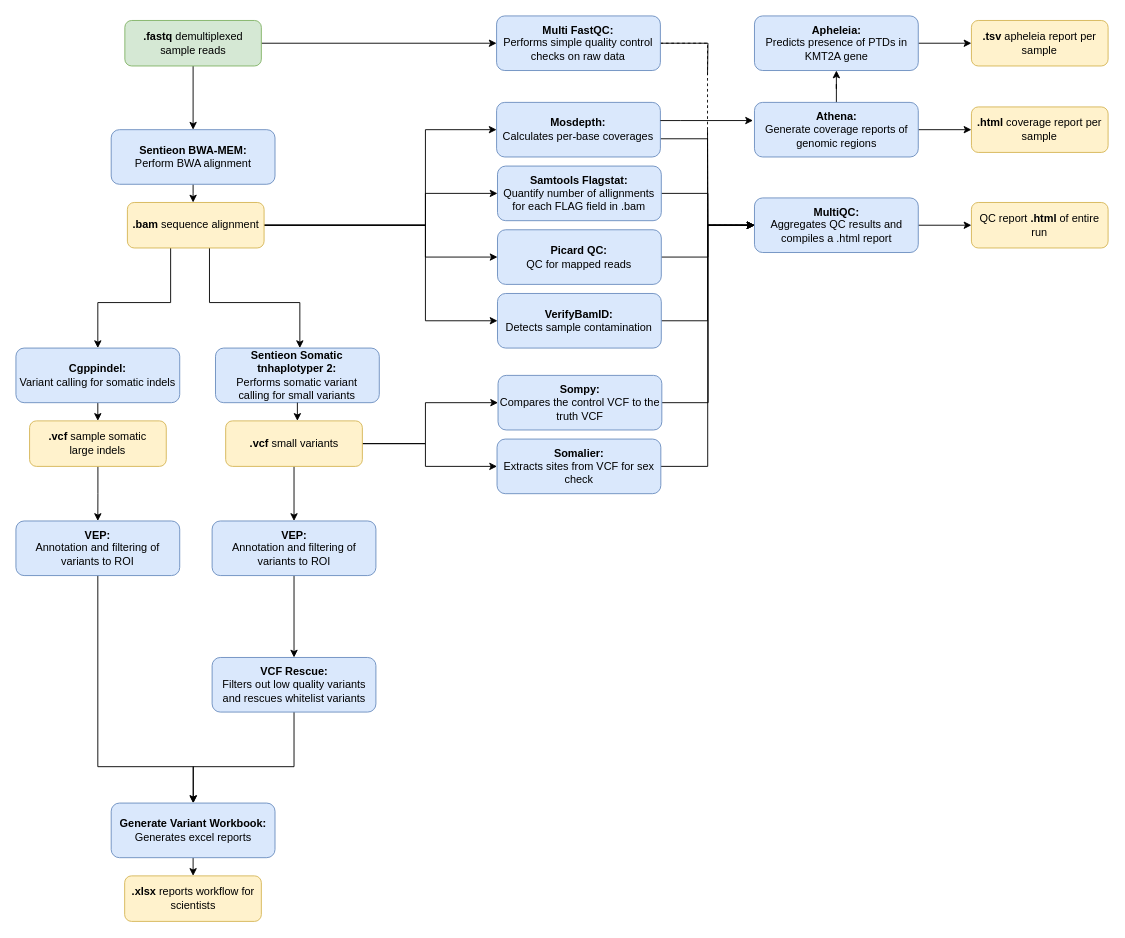
The draw.io diagram images/full_uranus_practical.drawio in eastgenomics/eggd_uranus_main_workflow, before the edit. Source tidied: cells renumbered, new cells numbered last; positions are measured from the earlier drawing's top-left corner, leaving out a move shared by most shapes. Both pictures are drawn from the tidied source at 91%, with x=0, y=0 at pixel (15, 15).
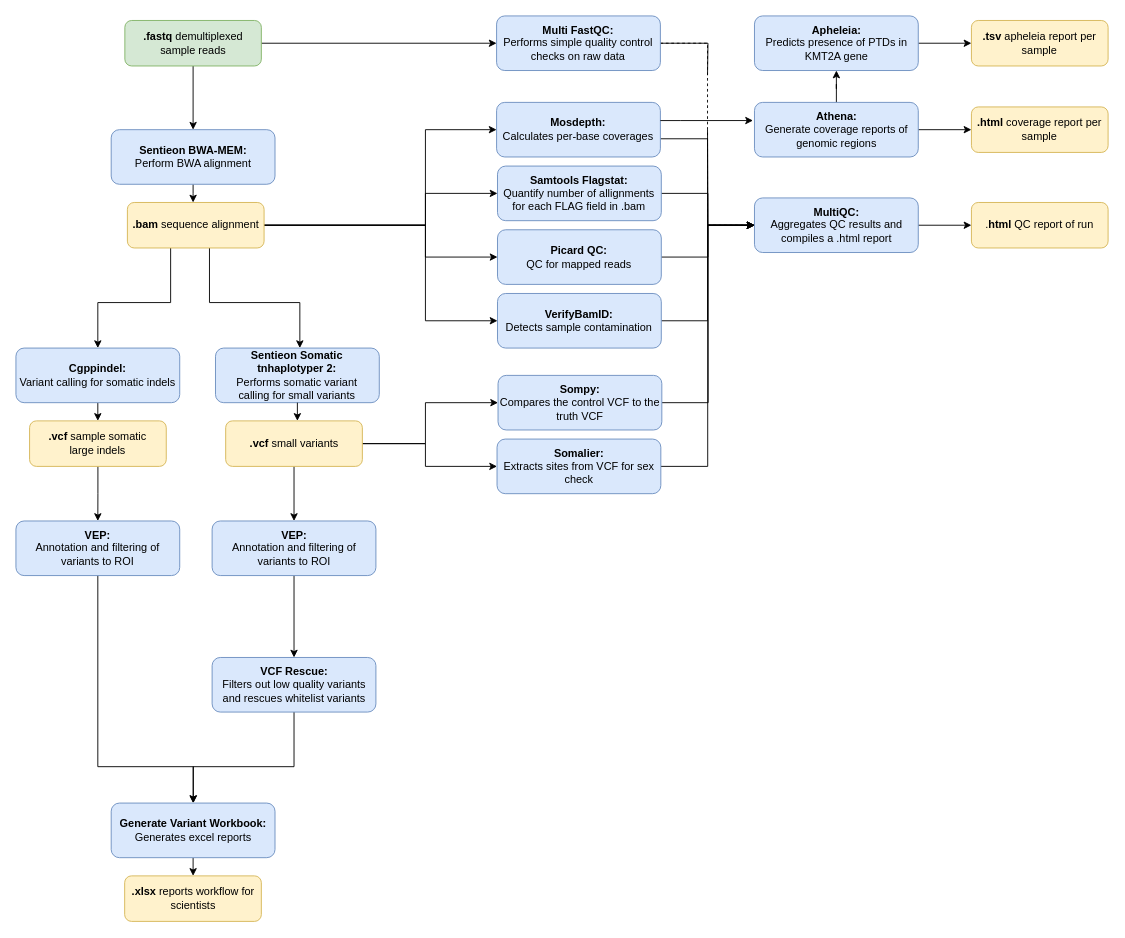
The same page after the edit.

The edit, as a diff of the source:
```diff
@@
-    <mxCell id="50" value="&lt;p style=&quot;line-height: 120%;&quot;&gt;&lt;/p&gt;&lt;div style=&quot;&quot;&gt;QC report &lt;b&gt;.html&lt;/b&gt;&amp;nbsp;of entire run&lt;/div&gt;&lt;p&gt;&lt;/p&gt;" style="rounded=1;whiteSpace=wrap;html=1;fillColor=#fff2cc;strokeColor=#d6b656;align=center;" parent="1" vertex="1">
+    <mxCell id="50" value="&lt;p style=&quot;line-height: 120%;&quot;&gt;&lt;/p&gt;&lt;div style=&quot;&quot;&gt;.&lt;b&gt;html&lt;/b&gt;&amp;nbsp;QC report of run&lt;/div&gt;&lt;p&gt;&lt;/p&gt;" style="rounded=1;whiteSpace=wrap;html=1;fillColor=#fff2cc;strokeColor=#d6b656;align=center;" parent="1" vertex="1">
       <mxGeometry x="1050" y="205" width="150.2" height="50" as="geometry" />
     </mxCell>
```
